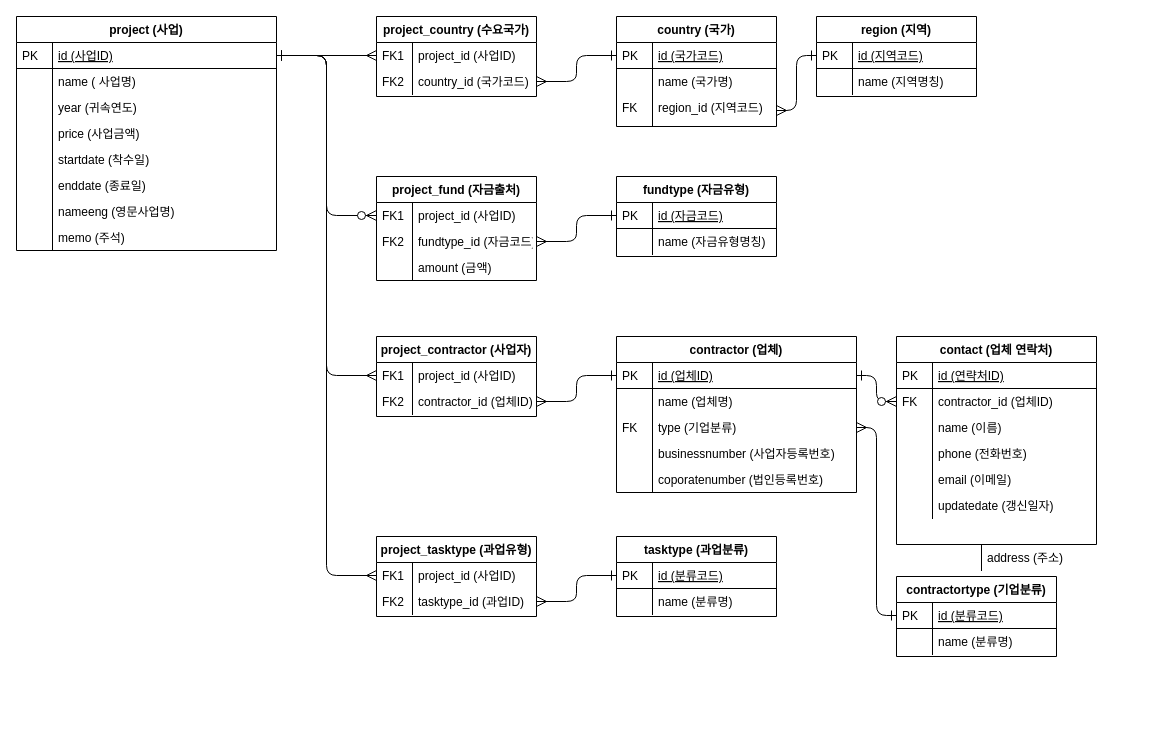
Before: db/egovexport_DB_ERD.drawio in ssj1977/egovexport, a draw.io diagram. Source tidied: cells renumbered, new cells numbered last; positions are measured from the earlier drawing's top-left corner, leaving out a move shared by most shapes. Both pictures are drawn from the tidied source at 100%, with x=0, y=0 at pixel (16, 16).
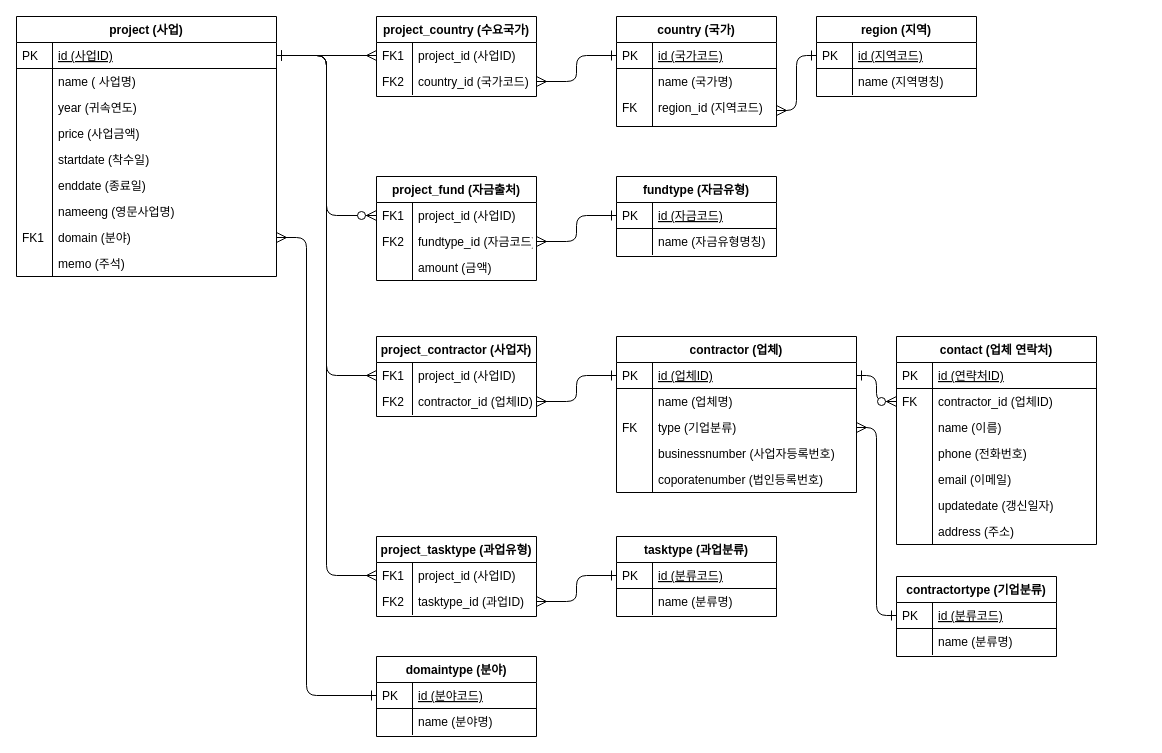
The same diagram, later.

Unchanged cells that the change refers to:
```xml
<mxCell id="73" value="contact (업체 연락처)" style="swimlane;fontStyle=1;horizontal=1;startSize=26;rounded=0;shadow=0;strokeWidth=1;" parent="1" vertex="1">
  <mxGeometry x="880" y="320" width="200" height="208" as="geometry" />
</mxCell>
```

What changed in the source:
```diff
@@
     <mxCell id="11" value="project (사업)" style="swimlane;fontStyle=1;horizontal=1;startSize=26;rounded=0;shadow=0;strokeWidth=1;" parent="1" vertex="1">
-      <mxGeometry width="260" height="234" as="geometry" />
+      <mxGeometry width="260" height="260" as="geometry" />
     </mxCell>
@@
+    <mxCell id="105" value="domain (분야)" style="shape=partialRectangle;top=0;left=0;right=0;bottom=0;align=left;verticalAlign=top;fillColor=none;spacingLeft=40;spacingRight=4;overflow=hidden;points=[[0,0.5],[1,0.5]];portConstraint=eastwest;rounded=0;shadow=0;strokeWidth=1;" parent="11" vertex="1">
+      <mxGeometry y="208" width="260" height="26" as="geometry" />
+    </mxCell>
+    <mxCell id="106" value="FK1" style="shape=partialRectangle;top=0;left=0;bottom=0;fillColor=none;align=left;verticalAlign=top;spacingLeft=4;spacingRight=4;overflow=hidden;" parent="105" vertex="1">
+      <mxGeometry width="36" height="26" as="geometry" />
+    </mxCell>
     <mxCell id="26" value="memo (주석)" style="shape=partialRectangle;top=0;left=0;right=0;bottom=0;align=left;verticalAlign=top;fillColor=none;spacingLeft=40;spacingRight=4;overflow=hidden;rounded=0;shadow=0;strokeWidth=1;" parent="11" vertex="1">
-      <mxGeometry y="208" width="260" height="26" as="geometry" />
+      <mxGeometry y="234" width="260" height="26" as="geometry" />
     </mxCell>
@@
+    <mxCell id="103" value="address (주소)" style="shape=partialRectangle;top=0;left=0;right=0;bottom=0;align=left;verticalAlign=top;fillColor=none;spacingLeft=40;spacingRight=4;overflow=hidden;rounded=0;shadow=0;strokeWidth=1;" parent="73" vertex="1">
+      <mxGeometry y="182" width="200" height="26" as="geometry" />
+    </mxCell>
+    <mxCell id="104" style="shape=partialRectangle;top=0;left=0;bottom=0;fillColor=none;align=left;verticalAlign=top;spacingLeft=4;spacingRight=4;overflow=hidden;" parent="103" vertex="1">
+      <mxGeometry width="36" height="26" as="geometry" />
+    </mxCell>
@@
-    <mxCell id="103" value="address (주소)" style="shape=partialRectangle;top=0;left=0;right=0;bottom=0;align=left;verticalAlign=top;fillColor=none;spacingLeft=40;spacingRight=4;overflow=hidden;rounded=0;shadow=0;strokeWidth=1;" parent="1" vertex="1">
-      <mxGeometry x="929" y="528" width="200" height="26" as="geometry" />
-    </mxCell>
-    <mxCell id="104" style="shape=partialRectangle;top=0;left=0;bottom=0;fillColor=none;align=left;verticalAlign=top;spacingLeft=4;spacingRight=4;overflow=hidden;" parent="103" vertex="1">
-      <mxGeometry width="36" height="26" as="geometry" />
-    </mxCell>
+    <mxCell id="107" style="edgeStyle=orthogonalEdgeStyle;endArrow=ERmany;startArrow=ERone;shadow=0;strokeWidth=1;endSize=8;startSize=8;exitX=0;exitY=0.5;exitDx=0;exitDy=0;startFill=0;endFill=0;entryX=1;entryY=0.5;entryDx=0;entryDy=0;" parent="1" edge="1" source="109" target="105">
+      <mxGeometry relative="1" as="geometry">
+        <Array as="points">
+          <mxPoint x="290" y="679" />
+          <mxPoint x="290" y="221" />
+        </Array>
+      </mxGeometry>
+    </mxCell>
+    <mxCell id="108" value="domaintype (분야)" style="swimlane;fontStyle=1;horizontal=1;startSize=26;rounded=0;shadow=0;strokeWidth=1;" parent="1" vertex="1">
+      <mxGeometry x="360" y="640" width="160" height="80" as="geometry" />
+    </mxCell>
+    <mxCell id="109" value="id (분야코드)" style="shape=partialRectangle;top=0;left=0;right=0;bottom=1;align=left;verticalAlign=top;fillColor=none;spacingLeft=40;spacingRight=4;overflow=hidden;points=[[0,0.5],[1,0.5]];portConstraint=eastwest;rounded=0;shadow=0;strokeWidth=1;fontStyle=4;" parent="108" vertex="1">
+      <mxGeometry y="26" width="160" height="26" as="geometry" />
+    </mxCell>
+    <mxCell id="110" value="PK" style="shape=partialRectangle;top=0;left=0;bottom=0;fillColor=none;align=left;verticalAlign=top;spacingLeft=4;spacingRight=4;overflow=hidden;" parent="109" vertex="1">
+      <mxGeometry width="36" height="26" as="geometry" />
+    </mxCell>
+    <mxCell id="111" value="name (분야명)" style="shape=partialRectangle;top=0;left=0;right=0;bottom=0;align=left;verticalAlign=top;fillColor=none;spacingLeft=40;spacingRight=4;overflow=hidden;rounded=0;shadow=0;strokeWidth=1;" parent="108" vertex="1">
+      <mxGeometry y="52" width="160" height="26" as="geometry" />
+    </mxCell>
+    <mxCell id="112" style="shape=partialRectangle;top=0;left=0;bottom=0;fillColor=none;align=left;verticalAlign=top;spacingLeft=4;spacingRight=4;overflow=hidden;" parent="111" vertex="1">
+      <mxGeometry width="36" height="26" as="geometry" />
+    </mxCell>
```
